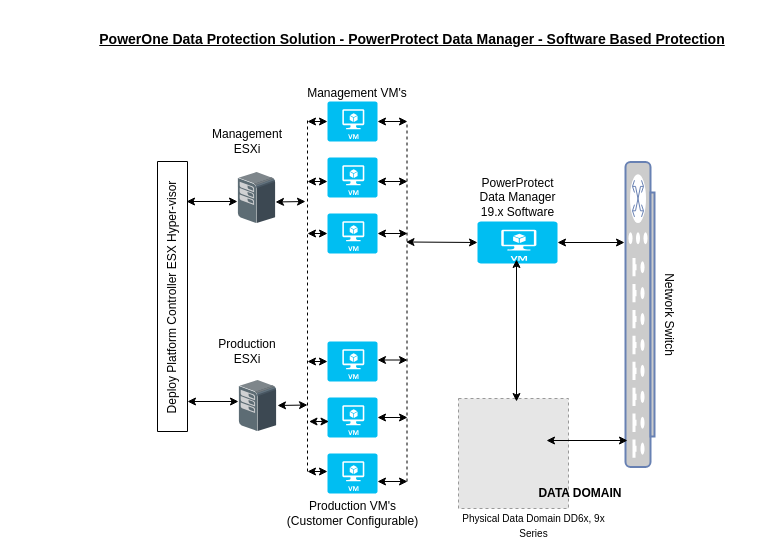
The draw.io diagram PowerProtect Software and Hardware Based Data Domain approach.drawio in vishwa2311/PowerProtect, before the edit. Source tidied: cells renumbered, new cells numbered last; positions are measured from the earlier drawing's top-left corner, leaving out a move shared by most shapes. Both pictures are drawn from the tidied source at 100%, with x=0, y=0 at pixel (37, 29). Pictures stored in the file or linked from it are replaced by grey dashed boxes.
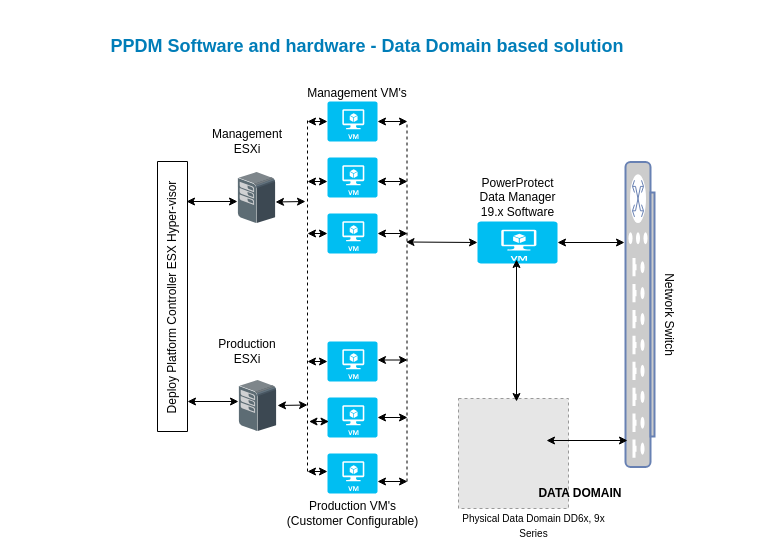
After the change.

Change to the diagram source:
```diff
@@
-    <mxCell id="33" value="&lt;font style=&quot;font-size: 14px&quot;&gt;&lt;u&gt;&lt;b&gt;PowerOne Data Protection Solution - PowerProtect Data Manager - Software Based Protection&lt;/b&gt;&lt;/u&gt;&lt;/font&gt;" style="text;html=1;strokeColor=none;fillColor=none;align=center;verticalAlign=middle;whiteSpace=wrap;rounded=0;" parent="1" vertex="1">
-      <mxGeometry x="40" width="670" height="20" as="geometry" />
+    <mxCell id="33" value="&lt;font style=&quot;font-size: 18px&quot;&gt;&lt;span style=&quot;font-family: &amp;#34;arial&amp;#34; ; color: rgb(0 , 125 , 184) ; font-weight: bold ; vertical-align: baseline&quot;&gt;PPDM&amp;nbsp;Software and hardware - Data &lt;/span&gt;&lt;span style=&quot;font-family: &amp;#34;arial&amp;#34; ; color: rgb(0 , 125 , 184) ; font-weight: bold ; vertical-align: baseline&quot;&gt;Domain&amp;nbsp;&lt;/span&gt;&lt;span style=&quot;font-family: &amp;#34;arial&amp;#34; ; color: rgb(0 , 125 , 184) ; font-weight: bold ; vertical-align: baseline&quot;&gt;based&amp;nbsp;solution&lt;/span&gt;&lt;/font&gt;&lt;span style=&quot;font-size: 28pt ; font-family: &amp;#34;arial&amp;#34; ; color: rgb(0 , 125 , 184) ; vertical-align: baseline&quot;&gt;&lt;br&gt;&lt;/span&gt;" style="text;html=1;strokeColor=none;fillColor=none;align=center;verticalAlign=middle;whiteSpace=wrap;rounded=0;" parent="1" vertex="1">
+      <mxGeometry x="-20" width="700" height="20" as="geometry" />
     </mxCell>
```
